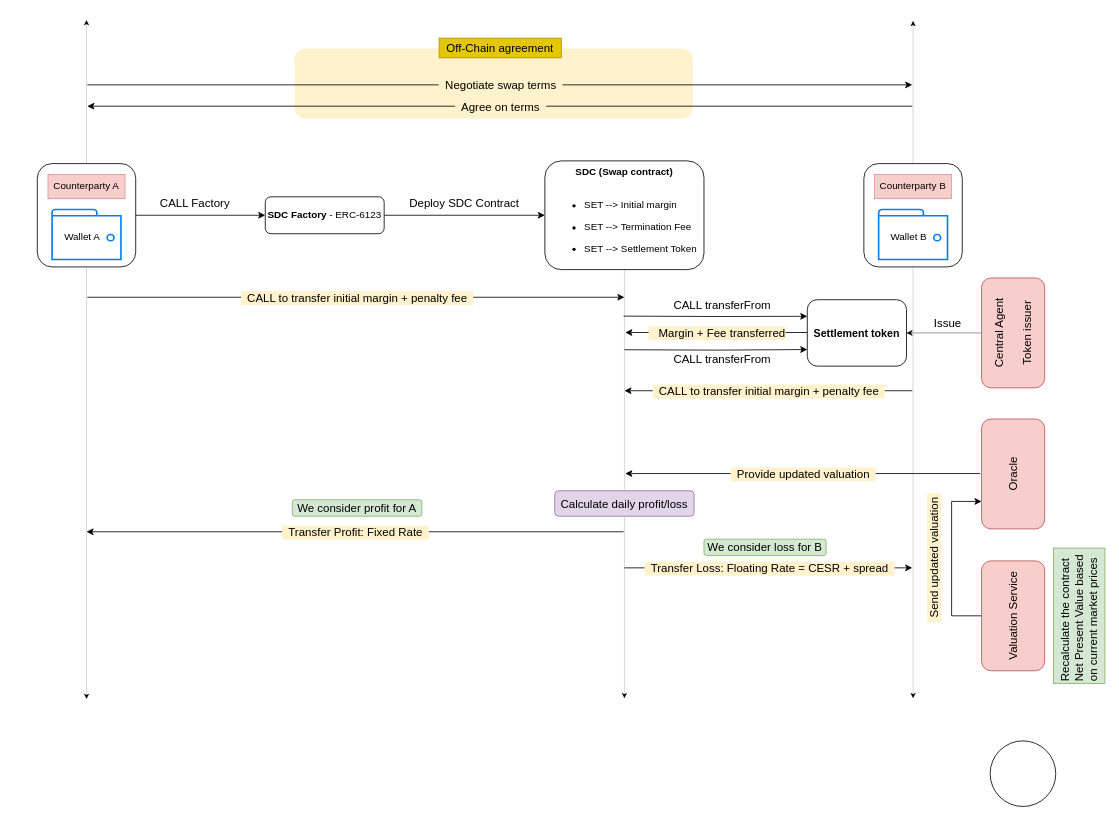
This is page "Architecture" (2 of 2) of qualitaX.drawio from Edoumou/drawings, a draw.io file, before an edit. Source tidied: cells renumbered, new cells numbered last; positions are measured from the earlier drawing's top-left corner, leaving out a move shared by most shapes. Both pictures are drawn from the tidied source at 82%, with x=0, y=0 at pixel (37, 20).
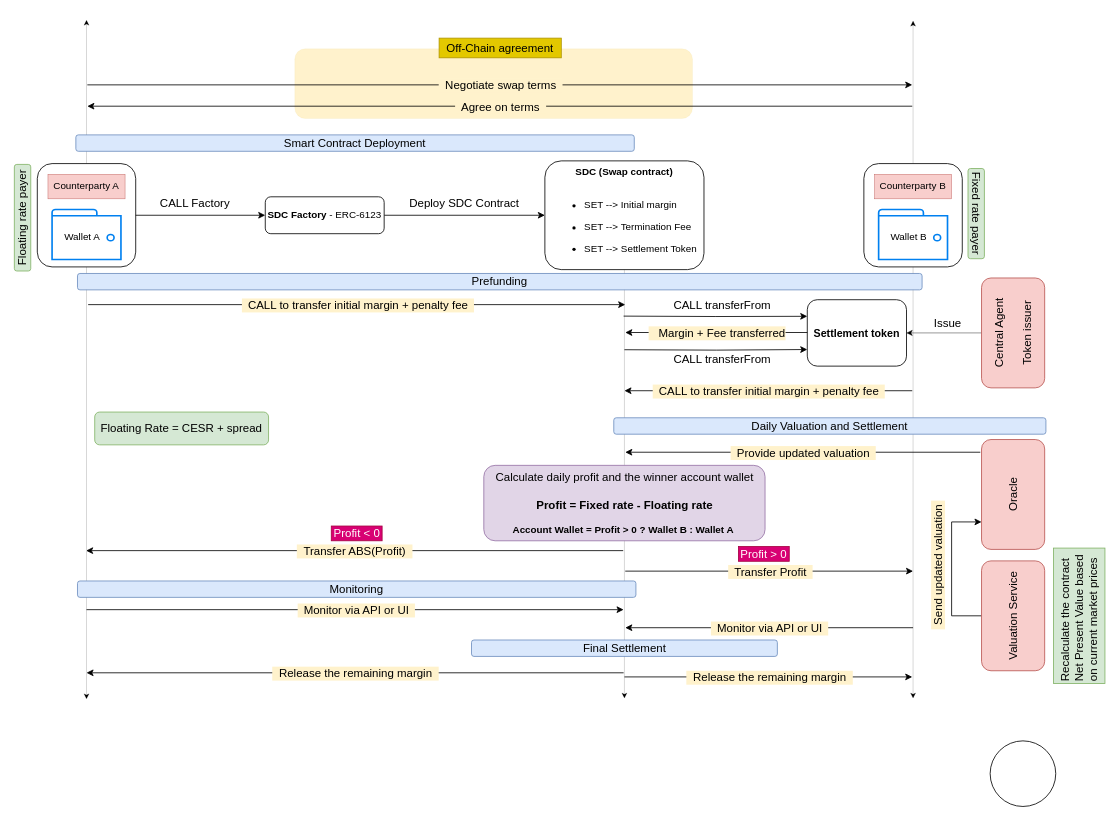
After the change.

The change refers to these unchanged cells:
```xml
<mxCell id="48" value="&lt;span style=&quot;font-size: 14px;&quot;&gt;Valuation Service&lt;/span&gt;" style="rounded=1;whiteSpace=wrap;html=1;rotation=-90;fillColor=#f8cecc;strokeColor=#b85450;" parent="1" vertex="1">
  <mxGeometry x="1123" y="688" width="134" height="77" as="geometry" />
</mxCell>
```

The edit, as a diff of the source:
```diff
@@
     <mxCell id="36" style="endArrow=classic;html=1;rounded=0;" parent="1" edge="1">
       <mxGeometry relative="1" as="geometry">
-        <mxPoint x="61" y="338" as="sourcePoint" />
-        <mxPoint x="716" y="338" as="targetPoint" />
+        <mxPoint x="62" y="347" as="sourcePoint" />
+        <mxPoint x="717" y="347" as="targetPoint" />
       </mxGeometry>
     </mxCell>
@@
     <mxCell id="46" value="&lt;span style=&quot;font-size: 14px;&quot;&gt;Oracle&lt;/span&gt;" style="rounded=1;whiteSpace=wrap;html=1;rotation=-90;fillColor=#f8cecc;strokeColor=#b85450;" parent="1" vertex="1">
-      <mxGeometry x="1123" y="515" width="134" height="77" as="geometry" />
+      <mxGeometry x="1123" y="540" width="134" height="77" as="geometry" />
     </mxCell>
     <mxCell id="47" style="edgeStyle=orthogonalEdgeStyle;rounded=0;jettySize=auto;html=1;entryX=0.25;entryY=0;entryDx=0;entryDy=0;" parent="1" edge="1" source="48" target="46">
       <mxGeometry relative="1" as="geometry">
         <Array as="points">
           <mxPoint x="1115" y="726.5" />
-          <mxPoint x="1115" y="587" />
+          <mxPoint x="1115" y="612" />
         </Array>
       </mxGeometry>
     </mxCell>
@@
     <mxCell id="50" value="&lt;font style=&quot;font-size: 14px;&quot;&gt;Send updated valuation&lt;/font&gt;" style="text;html=1;align=center;verticalAlign=middle;whiteSpace=wrap;rounded=0;rotation=-90;fillColor=#fff2cc;" parent="1" vertex="1">
-      <mxGeometry x="1015" y="647" width="157" height="17" as="geometry" />
+      <mxGeometry x="1020" y="656" width="157" height="17" as="geometry" />
     </mxCell>
     <mxCell id="51" style="endArrow=classic;html=1;rounded=0;" parent="1" edge="1">
       <mxGeometry relative="1" as="geometry">
-        <mxPoint x="1150" y="553" as="sourcePoint" />
-        <mxPoint x="717" y="553" as="targetPoint" />
+        <mxPoint x="1150" y="527" as="sourcePoint" />
+        <mxPoint x="717" y="527" as="targetPoint" />
       </mxGeometry>
     </mxCell>
@@
-    <mxCell id="53" value="&lt;font style=&quot;font-size: 14px;&quot;&gt;Calculate daily profit/loss&lt;/font&gt;" style="rounded=1;whiteSpace=wrap;html=1;fillColor=#e1d5e7;strokeColor=#9673a6;" parent="1" vertex="1">
-      <mxGeometry x="631" y="574" width="170" height="31" as="geometry" />
+    <mxCell id="53" value="&lt;font style=&quot;font-size: 14px;&quot;&gt;Calculate daily profit and the winner account wallet&lt;/font&gt;&lt;div&gt;&lt;font style=&quot;font-size: 14px;&quot;&gt;&lt;br&gt;&lt;/font&gt;&lt;/div&gt;&lt;div&gt;&lt;font style=&quot;font-size: 14px;&quot;&gt;&lt;b&gt;Profit = Fixed rate - Floating rate&lt;/b&gt;&lt;/font&gt;&lt;/div&gt;&lt;div&gt;&lt;br&gt;&lt;/div&gt;&lt;div&gt;&lt;b&gt;Account Wallet = Profit &amp;gt; 0 ? Wallet B : Wallet A&lt;/b&gt;&amp;nbsp;&lt;/div&gt;" style="rounded=1;whiteSpace=wrap;html=1;fillColor=#e1d5e7;strokeColor=#9673a6;" parent="1" vertex="1">
+      <mxGeometry x="544.5" y="543" width="343" height="92" as="geometry" />
     </mxCell>
     <mxCell id="54" style="endArrow=classic;html=1;rounded=0;" parent="1" edge="1">
       <mxGeometry relative="1" as="geometry">
-        <mxPoint x="715" y="624" as="sourcePoint" />
-        <mxPoint x="60" y="624" as="targetPoint" />
+        <mxPoint x="714.5" y="647" as="sourcePoint" />
+        <mxPoint x="59.5" y="647" as="targetPoint" />
       </mxGeometry>
     </mxCell>
-    <mxCell id="55" value="&lt;font style=&quot;font-size: 14px;&quot;&gt;&amp;nbsp; Transfer Profit: Fixed Rate&amp;nbsp;&amp;nbsp;&lt;/font&gt;" style="edgeLabel;html=1;align=center;verticalAlign=middle;labelBackgroundColor=#fff2cc;" parent="54" vertex="1">
+    <mxCell id="55" value="&lt;font style=&quot;font-size: 14px;&quot;&gt;&amp;nbsp; Transfer ABS(Profit)&amp;nbsp;&amp;nbsp;&lt;/font&gt;" style="edgeLabel;html=1;align=center;verticalAlign=middle;labelBackgroundColor=#fff2cc;" parent="54" vertex="1">
       <mxGeometry relative="1" as="geometry" />
     </mxCell>
     <mxCell id="56" style="endArrow=classic;html=1;rounded=0;" parent="1" edge="1">
       <mxGeometry relative="1" as="geometry">
-        <mxPoint x="716" y="668" as="sourcePoint" />
-        <mxPoint x="1067" y="668" as="targetPoint" />
+        <mxPoint x="717" y="672" as="sourcePoint" />
+        <mxPoint x="1068" y="672" as="targetPoint" />
       </mxGeometry>
     </mxCell>
-    <mxCell id="57" value="&lt;font style=&quot;font-size: 14px;&quot;&gt;&amp;nbsp; Transfer Loss: Floating Rate = CESR + spread&amp;nbsp;&amp;nbsp;&lt;/font&gt;" style="edgeLabel;html=1;align=center;verticalAlign=middle;labelBackgroundColor=#fff2cc;" parent="56" vertex="1">
+    <mxCell id="57" value="&lt;font style=&quot;font-size: 14px;&quot;&gt;&amp;nbsp; Transfer Profit&amp;nbsp;&amp;nbsp;&lt;/font&gt;" style="edgeLabel;html=1;align=center;verticalAlign=middle;labelBackgroundColor=#fff2cc;" parent="56" vertex="1">
       <mxGeometry relative="1" as="geometry" />
     </mxCell>
-    <mxCell id="58" value="&lt;span style=&quot;font-size: 14px;&quot;&gt;We consider profit for A&lt;/span&gt;" style="rounded=1;whiteSpace=wrap;html=1;fillColor=#d5e8d4;strokeColor=#82b366;" parent="1" vertex="1">
-      <mxGeometry x="311" y="585" width="158" height="20" as="geometry" />
-    </mxCell>
-    <mxCell id="59" value="&lt;span style=&quot;font-size: 14px;&quot;&gt;We consider loss for B&lt;/span&gt;" style="rounded=1;whiteSpace=wrap;html=1;fillColor=#d5e8d4;strokeColor=#82b366;" parent="1" vertex="1">
-      <mxGeometry x="813" y="633" width="149" height="20" as="geometry" />
-    </mxCell>
+    <mxCell id="60" value="&lt;span style=&quot;font-size: 14px;&quot;&gt;Floating rate payer&lt;/span&gt;" style="rounded=1;whiteSpace=wrap;html=1;fillColor=#d5e8d4;strokeColor=#82b366;rotation=-90;" parent="1" vertex="1">
+      <mxGeometry x="-83" y="231" width="130" height="20" as="geometry" />
+    </mxCell>
+    <mxCell id="61" value="&lt;span style=&quot;font-size: 14px;&quot;&gt;Fixed rate payer&lt;/span&gt;" style="rounded=1;whiteSpace=wrap;html=1;fillColor=#d5e8d4;strokeColor=#82b366;rotation=90;" parent="1" vertex="1">
+      <mxGeometry x="1090" y="226" width="110" height="20" as="geometry" />
+    </mxCell>
+    <mxCell id="62" value="&lt;font style=&quot;font-size: 14px;&quot;&gt;Profit &amp;gt; 0&lt;/font&gt;" style="text;html=1;align=center;verticalAlign=middle;whiteSpace=wrap;rounded=0;fillColor=#d80073;strokeColor=#A50040;fontColor=#ffffff;" parent="1" vertex="1">
+      <mxGeometry x="855" y="642" width="62" height="18" as="geometry" />
+    </mxCell>
+    <mxCell id="63" value="&lt;font style=&quot;font-size: 14px;&quot;&gt;Floating Rate = CESR + spread&lt;/font&gt;" style="rounded=1;whiteSpace=wrap;html=1;fillColor=#d5e8d4;strokeColor=#82b366;" parent="1" vertex="1">
+      <mxGeometry x="70" y="478" width="212" height="40" as="geometry" />
+    </mxCell>
+    <mxCell id="64" value="&lt;font style=&quot;font-size: 14px;&quot;&gt;Monitoring&lt;/font&gt;" style="rounded=1;whiteSpace=wrap;html=1;fillColor=#dae8fc;strokeColor=#6c8ebf;" parent="1" vertex="1">
+      <mxGeometry x="49" y="684" width="681" height="20" as="geometry" />
+    </mxCell>
+    <mxCell id="65" value="&lt;font style=&quot;font-size: 14px;&quot;&gt;Final Settlement&lt;/font&gt;" style="rounded=1;whiteSpace=wrap;html=1;fillColor=#dae8fc;strokeColor=#6c8ebf;" parent="1" vertex="1">
+      <mxGeometry x="529.5" y="756" width="373" height="20" as="geometry" />
+    </mxCell>
+    <mxCell id="66" style="endArrow=classic;html=1;rounded=0;" parent="1" edge="1">
+      <mxGeometry relative="1" as="geometry">
+        <mxPoint x="715" y="796" as="sourcePoint" />
+        <mxPoint x="60" y="796" as="targetPoint" />
+      </mxGeometry>
+    </mxCell>
+    <mxCell id="67" value="&lt;font style=&quot;font-size: 14px;&quot;&gt;&amp;nbsp; Release the remaining margin&amp;nbsp;&amp;nbsp;&lt;/font&gt;" style="edgeLabel;html=1;align=center;verticalAlign=middle;labelBackgroundColor=#fff2cc;" parent="66" vertex="1">
+      <mxGeometry relative="1" as="geometry" />
+    </mxCell>
+    <mxCell id="68" style="endArrow=classic;html=1;rounded=0;" parent="1" edge="1">
+      <mxGeometry relative="1" as="geometry">
+        <mxPoint x="716" y="801" as="sourcePoint" />
+        <mxPoint x="1067" y="801" as="targetPoint" />
+      </mxGeometry>
+    </mxCell>
+    <mxCell id="69" value="&lt;font style=&quot;font-size: 14px;&quot;&gt;&amp;nbsp; Release the remaining margin&amp;nbsp;&amp;nbsp;&lt;/font&gt;" style="edgeLabel;html=1;align=center;verticalAlign=middle;labelBackgroundColor=#fff2cc;" parent="68" vertex="1">
+      <mxGeometry relative="1" as="geometry" />
+    </mxCell>
+    <mxCell id="70" style="endArrow=classic;html=1;rounded=0;" parent="1" edge="1">
+      <mxGeometry relative="1" as="geometry">
+        <mxPoint x="60" y="719" as="sourcePoint" />
+        <mxPoint x="715" y="719" as="targetPoint" />
+      </mxGeometry>
+    </mxCell>
+    <mxCell id="71" value="&lt;font style=&quot;font-size: 14px;&quot;&gt;&amp;nbsp; Monitor via API or UI&amp;nbsp;&amp;nbsp;&lt;/font&gt;" style="edgeLabel;html=1;align=center;verticalAlign=middle;labelBackgroundColor=#fff2cc;" parent="70" vertex="1">
+      <mxGeometry relative="1" as="geometry" />
+    </mxCell>
+    <mxCell id="72" style="endArrow=classic;html=1;rounded=0;" parent="1" edge="1">
+      <mxGeometry relative="1" as="geometry">
+        <mxPoint x="1068" y="741" as="sourcePoint" />
+        <mxPoint x="717" y="741" as="targetPoint" />
+      </mxGeometry>
+    </mxCell>
+    <mxCell id="73" value="&lt;font style=&quot;font-size: 14px;&quot;&gt;&amp;nbsp; Monitor via API or UI&amp;nbsp;&amp;nbsp;&lt;/font&gt;" style="edgeLabel;html=1;align=center;verticalAlign=middle;labelBackgroundColor=#fff2cc;" parent="72" vertex="1">
+      <mxGeometry relative="1" as="geometry" />
+    </mxCell>
+    <mxCell id="74" value="&lt;font style=&quot;font-size: 14px;&quot;&gt;Profit &amp;lt; 0&lt;/font&gt;" style="text;html=1;align=center;verticalAlign=middle;whiteSpace=wrap;rounded=0;fillColor=#d80073;strokeColor=#A50040;fontColor=#ffffff;" parent="1" vertex="1">
+      <mxGeometry x="358.5" y="617" width="62" height="18" as="geometry" />
+    </mxCell>
+    <mxCell id="75" value="&lt;font style=&quot;font-size: 14px;&quot;&gt;Daily Valuation and Settlement&lt;/font&gt;" style="rounded=1;whiteSpace=wrap;html=1;fillColor=#dae8fc;strokeColor=#6c8ebf;" parent="1" vertex="1">
+      <mxGeometry x="703" y="485" width="527" height="20" as="geometry" />
+    </mxCell>
+    <mxCell id="76" value="&lt;font style=&quot;font-size: 14px;&quot;&gt;Prefunding&lt;/font&gt;" style="rounded=1;whiteSpace=wrap;html=1;fillColor=#dae8fc;strokeColor=#6c8ebf;" parent="1" vertex="1">
+      <mxGeometry x="49" y="309" width="1030" height="20" as="geometry" />
+    </mxCell>
+    <mxCell id="77" value="&lt;span style=&quot;font-size: 14px;&quot;&gt;Smart Contract Deployment&lt;/span&gt;" style="rounded=1;whiteSpace=wrap;html=1;fillColor=#dae8fc;strokeColor=#6c8ebf;" parent="1" vertex="1">
+      <mxGeometry x="47" y="140" width="681" height="20" as="geometry" />
+    </mxCell>
```
